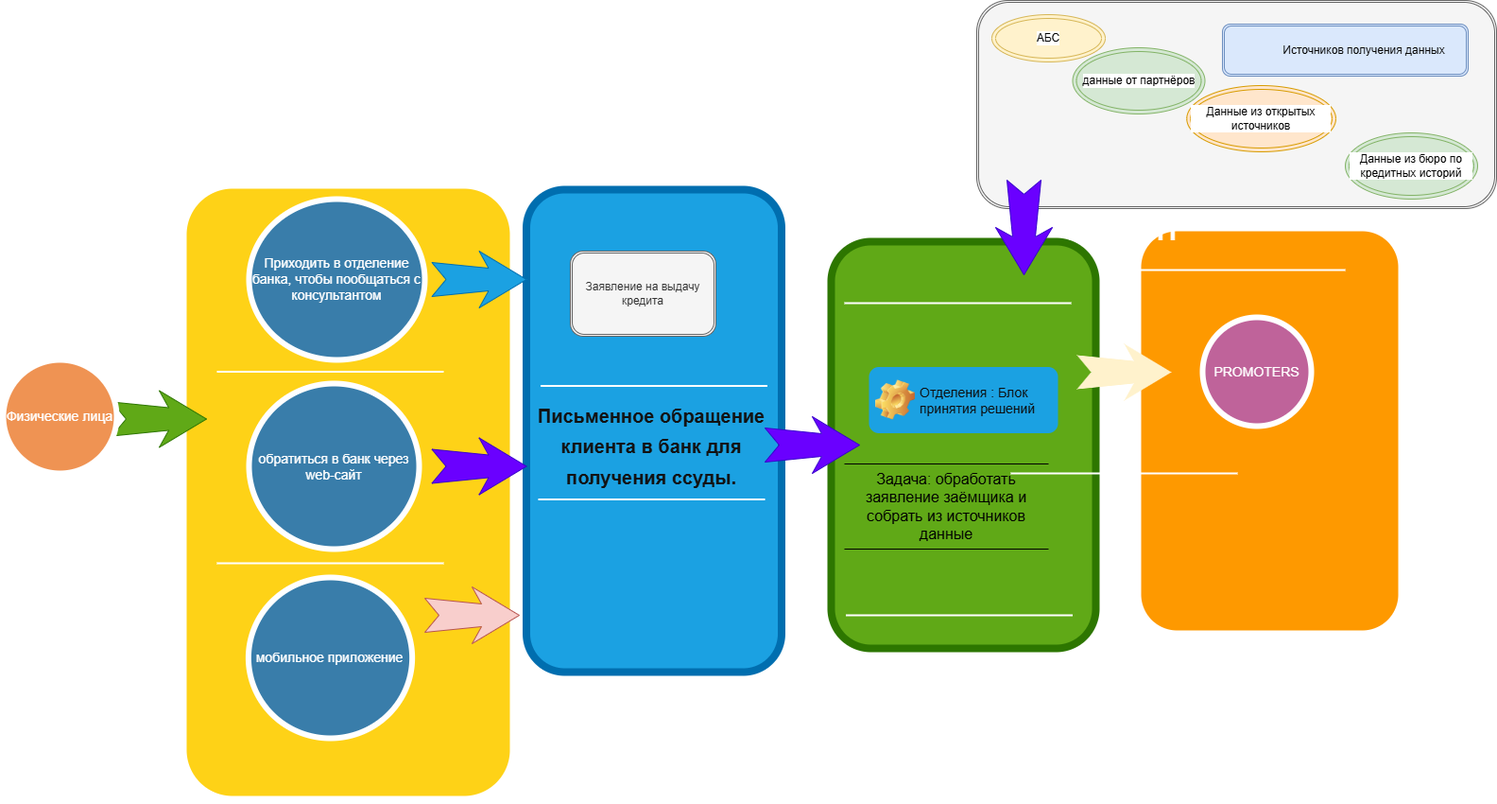
This is docs/Диаграмма без названия.drawio.png from Ujumanazarov/kubernetes, a draw.io export, as it was before one commit. Source tidied: cells renumbered, new cells last; positions are measured from the earlier drawing's top-left corner, leaving out a move shared by most shapes.
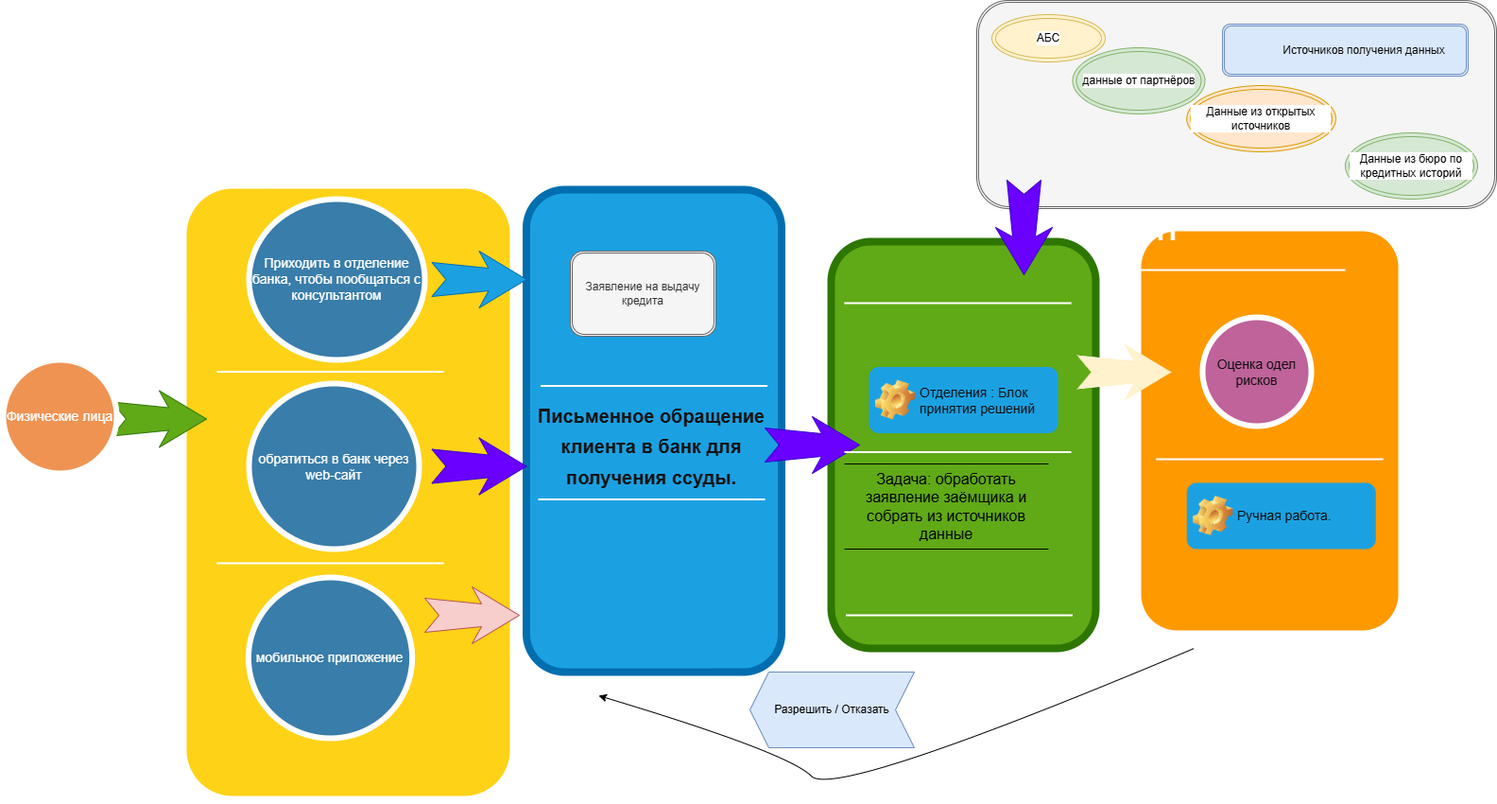
Above is the later version.

Change to the diagram source:
```diff
@@ -54,12 +54,12 @@
       <mxGeometry x="1180" y="280" width="240" height="10" as="geometry" />
     </mxCell>
     <mxCell id="19" style="line;strokeWidth=2;html=1;rounded=0;shadow=0;fontSize=27;align=center;fillColor=none;strokeColor=#FFFFFF;" parent="1" vertex="1">
-      <mxGeometry x="1066" y="495" width="240" height="10" as="geometry" />
+      <mxGeometry x="1220" y="480" width="240" height="10" as="geometry" />
     </mxCell>
     <mxCell id="20" style="html=1;shadow=0;dashed=0;align=center;verticalAlign=middle;shape=mxgraph.arrows2.stylisedArrow;dy=0.6;dx=40;notch=15;feather=0.4;rounded=0;strokeWidth=1;fontSize=27;strokeColor=none;fillColor=#fff2cc;fontColor=light-dark(#301212, #ededed);" parent="1" vertex="1">
       <mxGeometry x="1136" y="363" width="100" height="60" as="geometry" />
     </mxCell>
-    <mxCell id="21" value="PROMOTERS" style="ellipse;whiteSpace=wrap;html=1;rounded=0;shadow=0;strokeWidth=6;fontSize=14;align=center;fillColor=#BF639A;strokeColor=#FFFFFF;fontColor=#FFFFFF;" parent="1" vertex="1">
+    <mxCell id="21" value="&lt;span&gt;&lt;font style=&quot;color: light-dark(rgb(13, 12, 12), rgb(237, 237, 237));&quot;&gt;Оценка одел рисков&lt;/font&gt;&lt;/span&gt;" style="ellipse;whiteSpace=wrap;html=1;rounded=0;shadow=0;strokeWidth=6;fontSize=14;align=center;fillColor=#BF639A;strokeColor=#FFFFFF;fontColor=#FFFFFF;" parent="1" vertex="1">
       <mxGeometry x="1269" y="335" width="115" height="115" as="geometry" />
     </mxCell>
     <mxCell id="22" value="Приходить в отделение банка, чтобы&amp;nbsp;пообщаться с консультантом" style="ellipse;whiteSpace=wrap;html=1;rounded=0;shadow=0;strokeWidth=6;fontSize=14;align=center;fillColor=#397DAA;strokeColor=#FFFFFF;fontColor=#FFFFFF;" parent="1" vertex="1">
@@ -113,5 +113,24 @@
     <mxCell id="38" style="html=1;shadow=0;dashed=0;align=center;verticalAlign=middle;shape=mxgraph.arrows2.stylisedArrow;dy=0.6;dx=40;notch=15;feather=0.4;rounded=0;strokeWidth=1;fontSize=27;strokeColor=#3700CC;fillColor=#6a00ff;fontColor=#ffffff;direction=south;" parent="1" vertex="1">
       <mxGeometry x="1050" y="190" width="60" height="100" as="geometry" />
     </mxCell>
+    <mxCell id="39" value="&lt;span style=&quot;text-align: center;&quot;&gt;&lt;font color=&quot;#0d0c0c&quot;&gt;&lt;span style=&quot;font-size: 14px; font-weight: 400;&quot;&gt;Ручная работа.&lt;/span&gt;&lt;/font&gt;&lt;/span&gt;" style="label;whiteSpace=wrap;html=1;image=img/clipart/Gear_128x128.png;fillColor=#1ba1e2;fontColor=#ffffff;strokeColor=none;" parent="1" vertex="1">
+      <mxGeometry x="1252.2" y="510" width="200" height="70" as="geometry" />
+    </mxCell>
+    <mxCell id="40" style="line;strokeWidth=2;html=1;rounded=0;shadow=0;fontSize=27;align=center;fillColor=none;strokeColor=#FFFFFF;" parent="1" vertex="1">
+      <mxGeometry x="890" y="472.5" width="240" height="10" as="geometry" />
+    </mxCell>
+    <mxCell id="41" style="curved=1;endArrow=classic;html=1;rounded=0;" parent="1" edge="1">
+      <mxGeometry relative="1" as="geometry">
+        <mxPoint x="1260" y="685" as="sourcePoint" />
+        <mxPoint x="630" y="735" as="targetPoint" />
+        <Array as="points">
+          <mxPoint x="880" y="845" />
+          <mxPoint x="830" y="795" />
+        </Array>
+      </mxGeometry>
+    </mxCell>
+    <mxCell id="42" value="Разрешить / Отказать" style="shape=step;perimeter=stepPerimeter;whiteSpace=wrap;html=1;fixedSize=1;direction=west;fillColor=#dae8fc;strokeColor=#6c8ebf;" parent="1" vertex="1">
+      <mxGeometry x="790" y="710" width="174" height="80" as="geometry" />
+    </mxCell>
   </root>
 </mxGraphModel>
```
